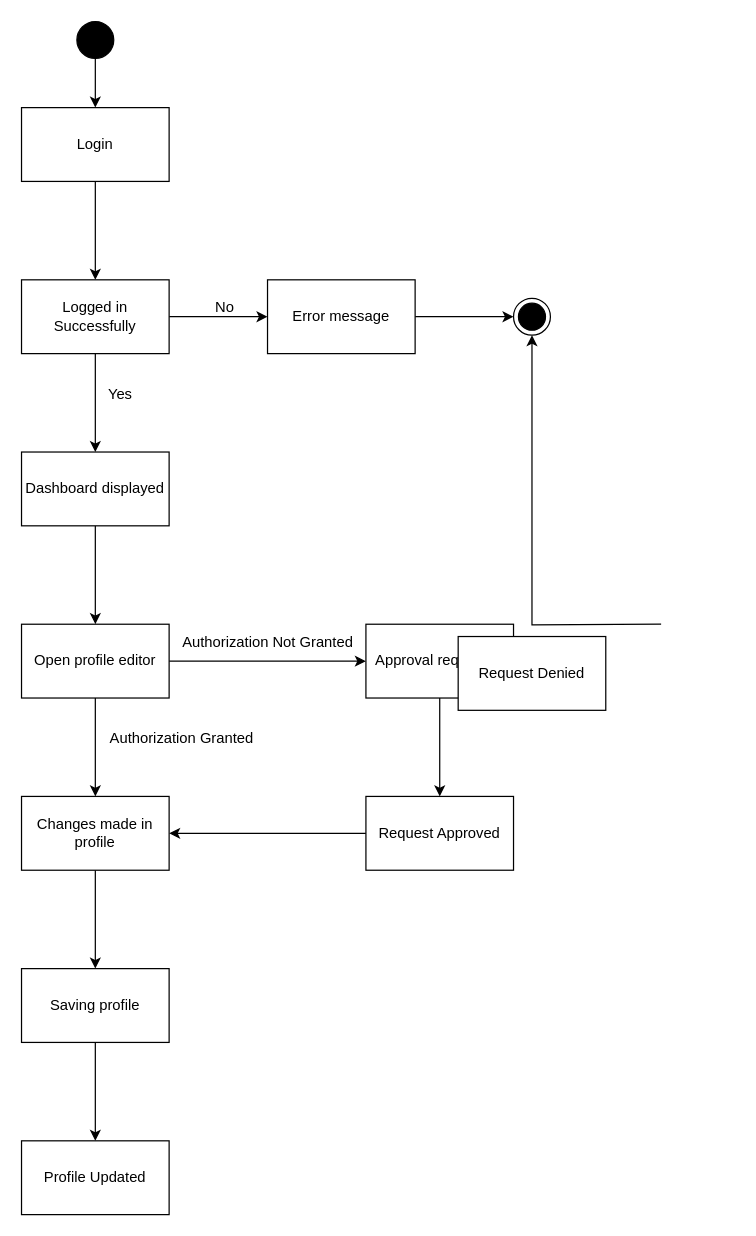
This is state/updateProfile_state.drawio from ilten22/SAD, a draw.io file, before an edit. Source tidied: cells renumbered, new cells numbered last; positions are measured from the earlier drawing's top-left corner, leaving out a move shared by most shapes. Both pictures are drawn from the tidied source at 123%, with x=0, y=0 at pixel (21, 21).
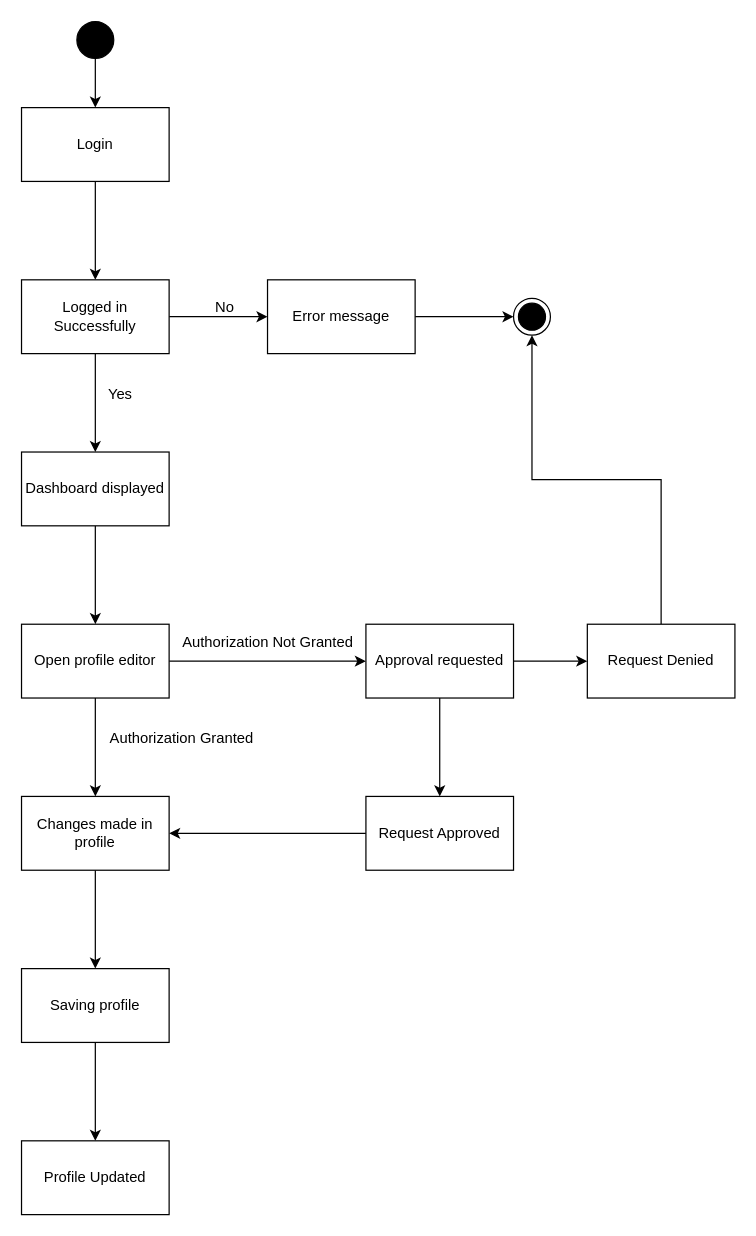
After the change.

The change refers to these unchanged cells:
```xml
<mxCell id="15" style="ellipse;html=1;shape=endState;fillColor=strokeColor;" parent="1" vertex="1">
  <mxGeometry x="400" y="225" width="30" height="30" as="geometry" />
</mxCell>
<mxCell id="28" value="Approval requested" style="rounded=0;whiteSpace=wrap;html=1;" parent="1" vertex="1">
  <mxGeometry x="280" y="490" width="120" height="60" as="geometry" />
</mxCell>
```

What changed in the source:
```diff
@@
-<mxGraphModel background="#ffffff">
+<mxGraphModel>
@@
-    <mxCell id="26" style="edgeStyle=orthogonalEdgeStyle;rounded=0;jettySize=auto;html=1;" parent="1" edge="1" source="28">
-      <mxGeometry relative="1" as="geometry">
-        <mxPoint x="460" y="520" as="targetPoint" />
-      </mxGeometry>
+    <mxCell id="26" style="edgeStyle=orthogonalEdgeStyle;rounded=0;jettySize=auto;html=1;" parent="1" edge="1" source="28" target="30">
+      <mxGeometry relative="1" as="geometry" />
     </mxCell>
@@
-    <mxCell id="29" style="edgeStyle=orthogonalEdgeStyle;rounded=0;jettySize=auto;html=1;exitX=0.5;exitY=0;exitDx=0;exitDy=0;entryX=0.5;entryY=1;entryDx=0;entryDy=0;" parent="1" edge="1" target="15">
-      <mxGeometry relative="1" as="geometry">
-        <mxPoint x="520" y="490" as="sourcePoint" />
-      </mxGeometry>
+    <mxCell id="29" style="edgeStyle=orthogonalEdgeStyle;rounded=0;jettySize=auto;html=1;exitX=0.5;exitY=0;exitDx=0;exitDy=0;entryX=0.5;entryY=1;entryDx=0;entryDy=0;" parent="1" edge="1" source="30" target="15">
+      <mxGeometry relative="1" as="geometry" />
     </mxCell>
     <mxCell id="30" value="Request Denied" style="whiteSpace=wrap;html=1;rounded=0;" parent="1" vertex="1">
-      <mxGeometry x="355" y="500" width="120" height="60" as="geometry" />
+      <mxGeometry x="460" y="490" width="120" height="60" as="geometry" />
     </mxCell>
```
